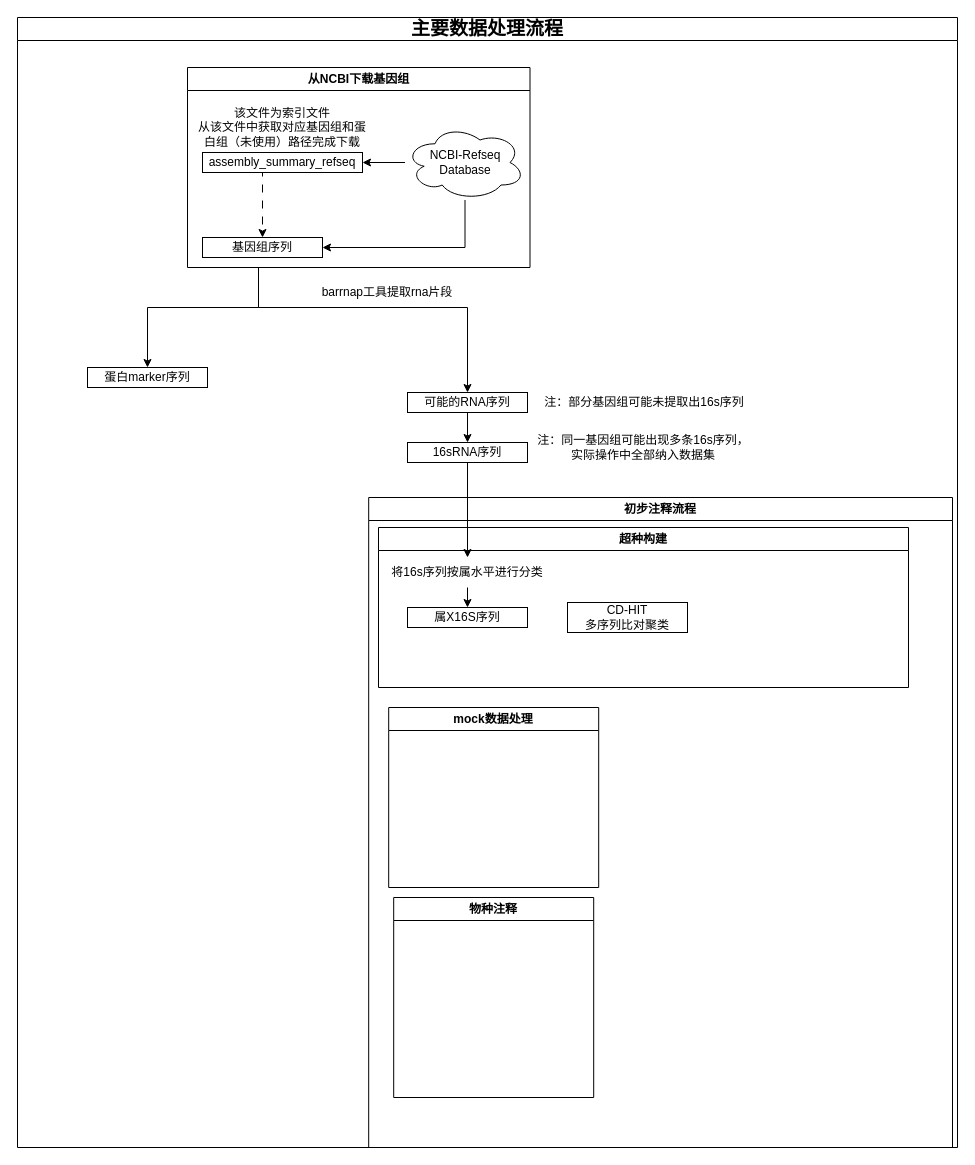
Above: 未命名绘图.drawio in kawabata-tomoko/16s_taxonomy_pep (draw.io), before the change. Source tidied: cells renumbered, new cells numbered last; positions are measured from the earlier drawing's top-left corner, leaving out a move shared by most shapes. Both pictures are drawn from the tidied source at 100%, with x=0, y=0 at pixel (17, 17).
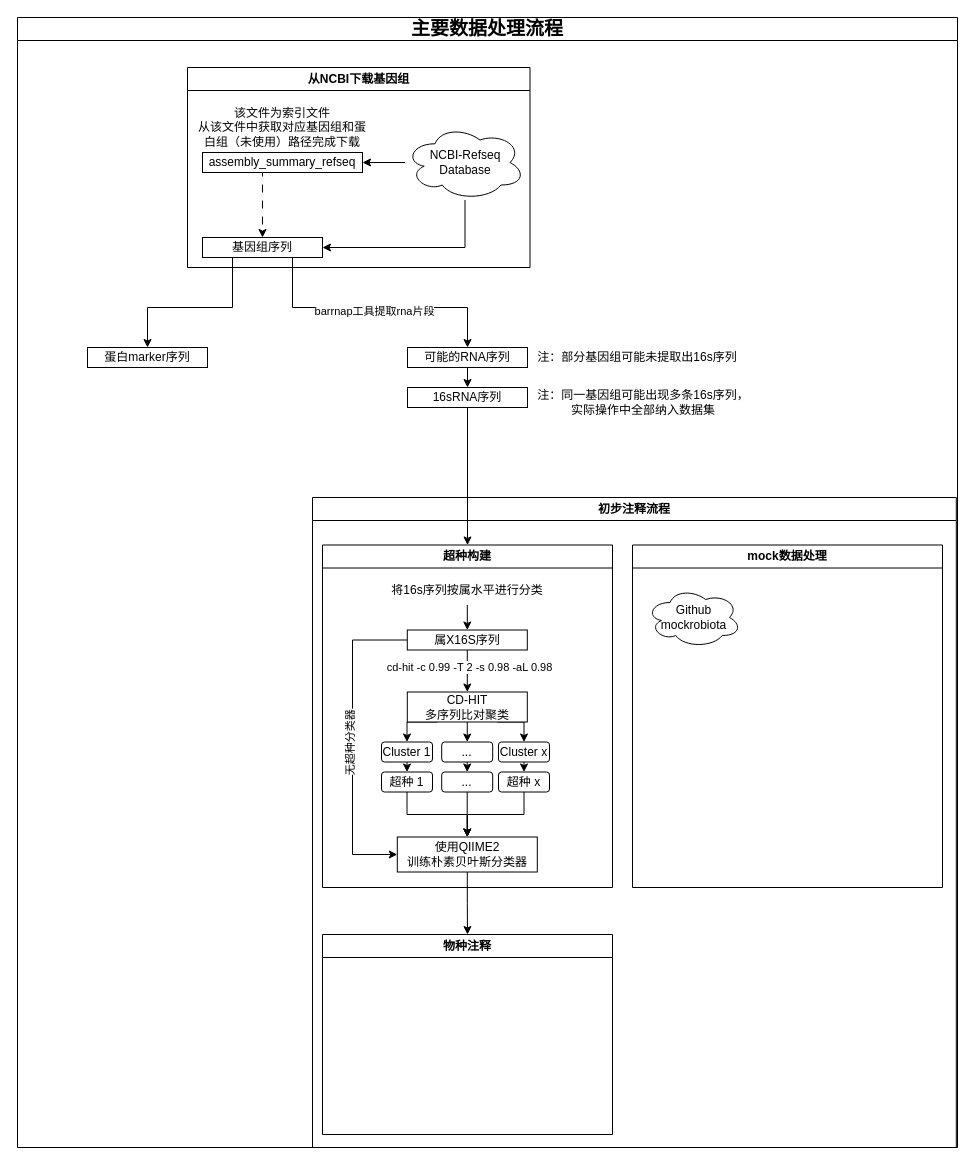
The same page after the edit.

Commit message:
更新未命名绘图.drawio

The change refers to these unchanged cells:
```xml
<mxCell id="5" value="&lt;b style=&quot;border-color: var(--border-color);&quot;&gt;&lt;font style=&quot;border-color: var(--border-color); font-size: 19px;&quot;&gt;主要数据处理流程&lt;/font&gt;&lt;/b&gt;" style="swimlane;whiteSpace=wrap;html=1;" parent="1" vertex="1">
  <mxGeometry width="940" height="1130" as="geometry" />
</mxCell>
<mxCell id="16" value="从NCBI下载基因组" style="swimlane;whiteSpace=wrap;html=1;" parent="5" vertex="1">
  <mxGeometry x="170" y="50" width="342.5" height="200" as="geometry" />
</mxCell>
<mxCell id="22" value="基因组序列" style="rounded=0;whiteSpace=wrap;html=1;" parent="16" vertex="1">
  <mxGeometry x="15" y="170" width="120" height="20" as="geometry" />
</mxCell>
```

The edit, as a diff of the source:
```diff
@@
     <mxCell id="2" style="edgeStyle=orthogonalEdgeStyle;rounded=0;orthogonalLoop=1;jettySize=auto;html=1;" parent="1" edge="1">
       <mxGeometry relative="1" as="geometry">
-        <mxPoint x="250" y="575" as="sourcePoint" />
+        <mxPoint x="260" y="535" as="sourcePoint" />
       </mxGeometry>
     </mxCell>
     <mxCell id="3" style="edgeStyle=orthogonalEdgeStyle;rounded=0;orthogonalLoop=1;jettySize=auto;html=1;entryX=0.5;entryY=0;entryDx=0;entryDy=0;" parent="1" edge="1">
       <mxGeometry relative="1" as="geometry">
-        <mxPoint x="310" y="610" as="sourcePoint" />
+        <mxPoint x="320" y="570" as="sourcePoint" />
       </mxGeometry>
     </mxCell>
     <mxCell id="4" style="edgeStyle=orthogonalEdgeStyle;rounded=0;orthogonalLoop=1;jettySize=auto;html=1;exitX=0.5;exitY=1;exitDx=0;exitDy=0;entryX=0;entryY=0.5;entryDx=0;entryDy=0;dashed=1;" parent="1" edge="1">
       <mxGeometry relative="1" as="geometry">
-        <mxPoint x="117.5" y="585" as="sourcePoint" />
+        <mxPoint x="127.5" y="545" as="sourcePoint" />
       </mxGeometry>
     </mxCell>
@@
     <mxCell id="6" value="初步注释流程" style="swimlane;whiteSpace=wrap;html=1;" parent="5" vertex="1">
-      <mxGeometry x="351.2" y="480" width="583.8" height="650" as="geometry" />
+      <mxGeometry x="295" y="480" width="643.8" height="650" as="geometry" />
     </mxCell>
     <mxCell id="7" value="超种构建" style="swimlane;whiteSpace=wrap;html=1;" parent="6" vertex="1">
-      <mxGeometry x="9.8" y="30" width="530" height="160" as="geometry" />
+      <mxGeometry x="10" y="47.5" width="290" height="342.5" as="geometry" />
     </mxCell>
@@
     <mxCell id="9" value="将16s序列按属水平进行分类" style="text;html=1;strokeColor=none;fillColor=none;align=center;verticalAlign=middle;whiteSpace=wrap;rounded=0;" parent="7" vertex="1">
-      <mxGeometry x="9" y="30" width="160" height="30" as="geometry" />
+      <mxGeometry x="64.8" y="30" width="160" height="30" as="geometry" />
     </mxCell>
+    <mxCell id="32" style="edgeStyle=orthogonalEdgeStyle;rounded=0;jettySize=auto;html=1;exitX=0.5;exitY=1;exitDx=0;exitDy=0;entryX=0.5;entryY=0;entryDx=0;entryDy=0;" parent="7" edge="1" source="10" target="11">
+      <mxGeometry relative="1" as="geometry" />
+    </mxCell>
+    <mxCell id="33" value="cd-hit -c 0.99 -T 2 -s 0.98 -aL 0.98" style="edgeLabel;html=1;align=center;verticalAlign=middle;" parent="32" vertex="1">
+      <mxGeometry x="-0.43" y="2" relative="1" as="geometry">
+        <mxPoint y="5" as="offset" />
+      </mxGeometry>
+    </mxCell>
+    <mxCell id="34" style="edgeStyle=orthogonalEdgeStyle;rounded=0;jettySize=auto;html=1;exitX=0;exitY=0.5;exitDx=0;exitDy=0;entryX=0;entryY=0.5;entryDx=0;entryDy=0;" parent="7" edge="1" source="10" target="51">
+      <mxGeometry relative="1" as="geometry">
+        <Array as="points">
+          <mxPoint x="30" y="95" />
+          <mxPoint x="30" y="310" />
+        </Array>
+      </mxGeometry>
+    </mxCell>
+    <mxCell id="35" value="无超种分类器" style="edgeLabel;html=1;align=center;verticalAlign=middle;horizontal=0;" parent="34" vertex="1">
+      <mxGeometry x="0.01" y="-2" relative="1" as="geometry" />
+    </mxCell>
     <mxCell id="10" value="属X16S序列" style="rounded=0;whiteSpace=wrap;html=1;" parent="7" vertex="1">
-      <mxGeometry x="29" y="80" width="120" height="20" as="geometry" />
+      <mxGeometry x="84.8" y="85" width="120" height="20" as="geometry" />
     </mxCell>
+    <mxCell id="36" style="edgeStyle=orthogonalEdgeStyle;rounded=0;jettySize=auto;html=1;exitX=0.25;exitY=1;exitDx=0;exitDy=0;entryX=0.5;entryY=0;entryDx=0;entryDy=0;" parent="7" edge="1" source="11" target="40">
+      <mxGeometry relative="1" as="geometry" />
+    </mxCell>
+    <mxCell id="37" style="edgeStyle=orthogonalEdgeStyle;rounded=0;jettySize=auto;html=1;exitX=0.5;exitY=1;exitDx=0;exitDy=0;entryX=0.5;entryY=0;entryDx=0;entryDy=0;" parent="7" edge="1" source="11" target="42">
+      <mxGeometry relative="1" as="geometry" />
+    </mxCell>
+    <mxCell id="38" style="edgeStyle=orthogonalEdgeStyle;rounded=0;jettySize=auto;html=1;exitX=0.75;exitY=1;exitDx=0;exitDy=0;entryX=0.5;entryY=0;entryDx=0;entryDy=0;" parent="7" edge="1" source="11" target="44">
+      <mxGeometry relative="1" as="geometry" />
+    </mxCell>
     <mxCell id="11" value="CD-HIT&lt;br&gt;多序列比对聚类" style="rounded=0;whiteSpace=wrap;html=1;" parent="7" vertex="1">
-      <mxGeometry x="189" y="75" width="120" height="30" as="geometry" />
+      <mxGeometry x="84.8" y="147" width="120" height="30" as="geometry" />
     </mxCell>
+    <mxCell id="39" style="edgeStyle=orthogonalEdgeStyle;rounded=0;jettySize=auto;html=1;exitX=0.5;exitY=1;exitDx=0;exitDy=0;entryX=0.5;entryY=0;entryDx=0;entryDy=0;" parent="7" edge="1" source="40" target="46">
+      <mxGeometry relative="1" as="geometry" />
+    </mxCell>
+    <mxCell id="40" value="Cluster 1" style="rounded=1;whiteSpace=wrap;html=1;" parent="7" vertex="1">
+      <mxGeometry x="59" y="197" width="51" height="20" as="geometry" />
+    </mxCell>
+    <mxCell id="41" style="edgeStyle=orthogonalEdgeStyle;rounded=0;jettySize=auto;html=1;exitX=0.5;exitY=1;exitDx=0;exitDy=0;entryX=0.5;entryY=0;entryDx=0;entryDy=0;" parent="7" edge="1" source="42" target="48">
+      <mxGeometry relative="1" as="geometry" />
+    </mxCell>
+    <mxCell id="42" value="..." style="rounded=1;whiteSpace=wrap;html=1;" parent="7" vertex="1">
+      <mxGeometry x="119.2" y="197" width="51" height="20" as="geometry" />
+    </mxCell>
+    <mxCell id="43" style="edgeStyle=orthogonalEdgeStyle;rounded=0;jettySize=auto;html=1;exitX=0.5;exitY=1;exitDx=0;exitDy=0;entryX=0.5;entryY=0;entryDx=0;entryDy=0;" parent="7" edge="1" source="44" target="50">
+      <mxGeometry relative="1" as="geometry" />
+    </mxCell>
+    <mxCell id="44" value="Cluster x" style="rounded=1;whiteSpace=wrap;html=1;" parent="7" vertex="1">
+      <mxGeometry x="176" y="197" width="51" height="20" as="geometry" />
+    </mxCell>
+    <mxCell id="45" style="edgeStyle=orthogonalEdgeStyle;rounded=0;jettySize=auto;html=1;exitX=0.5;exitY=1;exitDx=0;exitDy=0;entryX=0.5;entryY=0;entryDx=0;entryDy=0;" parent="7" edge="1" source="46" target="51">
+      <mxGeometry relative="1" as="geometry" />
+    </mxCell>
+    <mxCell id="46" value="超种 1" style="rounded=1;whiteSpace=wrap;html=1;" parent="7" vertex="1">
+      <mxGeometry x="59" y="227" width="51" height="20" as="geometry" />
+    </mxCell>
+    <mxCell id="47" style="edgeStyle=orthogonalEdgeStyle;rounded=0;jettySize=auto;html=1;exitX=0.5;exitY=1;exitDx=0;exitDy=0;entryX=0.5;entryY=0;entryDx=0;entryDy=0;" parent="7" edge="1" source="48" target="51">
+      <mxGeometry relative="1" as="geometry" />
+    </mxCell>
+    <mxCell id="48" value="..." style="rounded=1;whiteSpace=wrap;html=1;" parent="7" vertex="1">
+      <mxGeometry x="119.2" y="227" width="51" height="20" as="geometry" />
+    </mxCell>
+    <mxCell id="49" style="edgeStyle=orthogonalEdgeStyle;rounded=0;jettySize=auto;html=1;exitX=0.5;exitY=1;exitDx=0;exitDy=0;entryX=0.5;entryY=0;entryDx=0;entryDy=0;" parent="7" edge="1" source="50" target="51">
+      <mxGeometry relative="1" as="geometry" />
+    </mxCell>
+    <mxCell id="50" value="超种 x" style="rounded=1;whiteSpace=wrap;html=1;" parent="7" vertex="1">
+      <mxGeometry x="176" y="227" width="51" height="20" as="geometry" />
+    </mxCell>
+    <mxCell id="51" value="使用QIIME2&lt;br&gt;训练朴素贝叶斯分类器" style="rounded=0;whiteSpace=wrap;html=1;" parent="7" vertex="1">
+      <mxGeometry x="74.8" y="292" width="140" height="35" as="geometry" />
+    </mxCell>
     <mxCell id="12" value="mock数据处理" style="swimlane;whiteSpace=wrap;html=1;" parent="6" vertex="1">
-      <mxGeometry x="20" y="210" width="210" height="180" as="geometry" />
+      <mxGeometry x="320" y="47.5" width="310" height="342.5" as="geometry" />
     </mxCell>
+    <mxCell id="52" value="Github&lt;br&gt;mockrobiota" style="ellipse;shape=cloud;whiteSpace=wrap;html=1;" parent="12" vertex="1">
+      <mxGeometry x="13.8" y="42.5" width="95" height="60" as="geometry" />
+    </mxCell>
     <mxCell id="13" value="物种注释" style="swimlane;whiteSpace=wrap;html=1;" parent="6" vertex="1">
-      <mxGeometry x="25" y="400" width="200" height="200" as="geometry" />
+      <mxGeometry x="10" y="437" width="290" height="200" as="geometry" />
     </mxCell>
-    <mxCell id="14" style="edgeStyle=orthogonalEdgeStyle;rounded=0;jettySize=auto;html=1;exitX=0.5;exitY=1;exitDx=0;exitDy=0;entryX=0.5;entryY=0;entryDx=0;entryDy=0;" parent="5" edge="1" source="16" target="24">
-      <mxGeometry relative="1" as="geometry">
-        <Array as="points">
-          <mxPoint x="241" y="250" />
-          <mxPoint x="241" y="290" />
-          <mxPoint x="130" y="290" />
-        </Array>
-      </mxGeometry>
-    </mxCell>
-    <mxCell id="15" style="edgeStyle=orthogonalEdgeStyle;rounded=0;jettySize=auto;html=1;exitX=0.5;exitY=1;exitDx=0;exitDy=0;" parent="5" edge="1" source="16" target="25">
-      <mxGeometry relative="1" as="geometry">
-        <Array as="points">
-          <mxPoint x="241" y="250" />
-          <mxPoint x="241" y="290" />
-          <mxPoint x="450" y="290" />
-        </Array>
-      </mxGeometry>
-    </mxCell>
+    <mxCell id="53" style="edgeStyle=orthogonalEdgeStyle;rounded=0;jettySize=auto;html=1;exitX=0.5;exitY=1;exitDx=0;exitDy=0;entryX=0.5;entryY=0;entryDx=0;entryDy=0;" parent="6" edge="1" source="51" target="13">
+      <mxGeometry relative="1" as="geometry" />
+    </mxCell>
@@
     <mxCell id="24" value="蛋白marker序列" style="rounded=0;whiteSpace=wrap;html=1;" parent="5" vertex="1">
-      <mxGeometry x="70" y="350" width="120" height="20" as="geometry" />
+      <mxGeometry x="70" y="330" width="120" height="20" as="geometry" />
     </mxCell>
     <mxCell id="25" value="可能的RNA序列" style="rounded=0;whiteSpace=wrap;html=1;" parent="5" vertex="1">
-      <mxGeometry x="390" y="375" width="120" height="20" as="geometry" />
+      <mxGeometry x="390" y="330" width="120" height="20" as="geometry" />
     </mxCell>
-    <mxCell id="26" style="edgeStyle=orthogonalEdgeStyle;rounded=0;jettySize=auto;html=1;exitX=0.5;exitY=1;exitDx=0;exitDy=0;entryX=0.5;entryY=0;entryDx=0;entryDy=0;" parent="5" edge="1" source="27" target="9">
-      <mxGeometry relative="1" as="geometry" />
-    </mxCell>
+    <mxCell id="54" style="edgeStyle=orthogonalEdgeStyle;rounded=0;jettySize=auto;html=1;exitX=0.5;exitY=1;exitDx=0;exitDy=0;entryX=0.5;entryY=0;entryDx=0;entryDy=0;" parent="5" edge="1" source="27" target="7">
+      <mxGeometry relative="1" as="geometry" />
+    </mxCell>
     <mxCell id="27" value="16sRNA序列" style="rounded=0;whiteSpace=wrap;html=1;" parent="5" vertex="1">
-      <mxGeometry x="390" y="425" width="120" height="20" as="geometry" />
+      <mxGeometry x="390" y="370" width="120" height="20" as="geometry" />
     </mxCell>
@@
-    <mxCell id="29" value="barrnap工具提取rna片段" style="text;html=1;strokeColor=none;fillColor=none;align=center;verticalAlign=middle;whiteSpace=wrap;rounded=0;" parent="5" vertex="1">
-      <mxGeometry x="290" y="260" width="160" height="30" as="geometry" />
-    </mxCell>
     <mxCell id="30" value="注：部分基因组可能未提取出16s序列" style="text;html=1;strokeColor=none;fillColor=none;align=center;verticalAlign=middle;whiteSpace=wrap;rounded=0;" parent="5" vertex="1">
-      <mxGeometry x="522.5" y="370" width="207.5" height="30" as="geometry" />
+      <mxGeometry x="516.2" y="325" width="207.5" height="30" as="geometry" />
     </mxCell>
     <mxCell id="31" value="注：同一基因组可能出现多条16s序列，&lt;br&gt;实际操作中全部纳入数据集" style="text;html=1;strokeColor=none;fillColor=none;align=center;verticalAlign=middle;whiteSpace=wrap;rounded=0;" parent="5" vertex="1">
-      <mxGeometry x="516.2" y="415" width="220" height="30" as="geometry" />
+      <mxGeometry x="516.2" y="370" width="220" height="30" as="geometry" />
     </mxCell>
+    <mxCell id="55" style="edgeStyle=orthogonalEdgeStyle;rounded=0;jettySize=auto;html=1;exitX=0.25;exitY=1;exitDx=0;exitDy=0;entryX=0.5;entryY=0;entryDx=0;entryDy=0;" parent="5" edge="1" source="22" target="24">
+      <mxGeometry relative="1" as="geometry">
+        <Array as="points">
+          <mxPoint x="215" y="290" />
+          <mxPoint x="130" y="290" />
+        </Array>
+      </mxGeometry>
+    </mxCell>
+    <mxCell id="56" style="edgeStyle=orthogonalEdgeStyle;rounded=0;jettySize=auto;html=1;exitX=0.75;exitY=1;exitDx=0;exitDy=0;entryX=0.5;entryY=0;entryDx=0;entryDy=0;" parent="5" edge="1" source="22" target="25">
+      <mxGeometry relative="1" as="geometry">
+        <Array as="points">
+          <mxPoint x="275" y="290" />
+          <mxPoint x="450" y="290" />
+        </Array>
+      </mxGeometry>
+    </mxCell>
+    <mxCell id="29" value="barrnap工具提取rna片段" style="edgeLabel;html=1;align=center;verticalAlign=middle;" parent="56" vertex="1">
+      <mxGeometry x="-0.23" y="-2" relative="1" as="geometry">
+        <mxPoint x="29" y="1" as="offset" />
+      </mxGeometry>
+    </mxCell>
```
